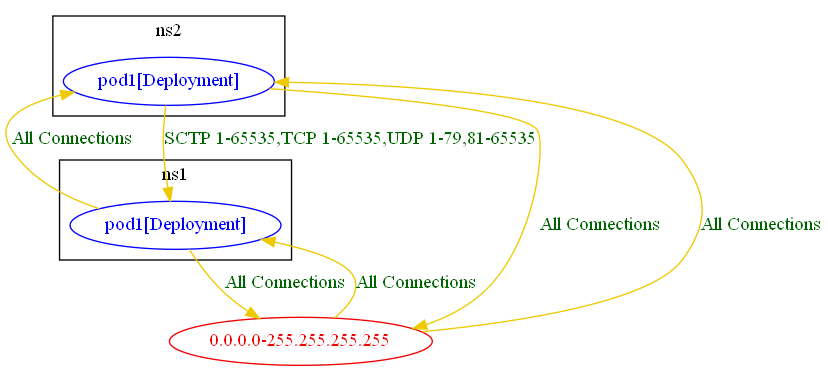
Above: test_outputs/connlist/anp_with_banp_pass_test_connlist_output.dot.png in np-guard/netpol-analyzer (Graphviz), before the change. Its source is kept beside it as test_outputs/connlist/anp_with_banp_pass_test_connlist_output.dot.
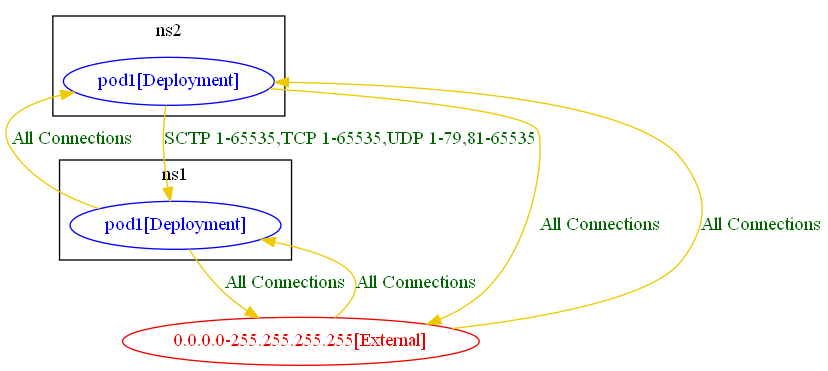
After the commit.

What changed in the source:
```diff
@@ -11,11 +11,11 @@
 		"ns2/pod1[Deployment]" [label="pod1[Deployment]" color="blue" fontcolor="blue"]
 		label="ns2"
 	}
-	"0.0.0.0-255.255.255.255" [label="0.0.0.0-255.255.255.255" color="red2" fontcolor="red2"]
-	"0.0.0.0-255.255.255.255" -> "ns1/pod1[Deployment]" [label="All Connections" color="gold2" fontcolor="darkgreen" weight=0.5]
-	"0.0.0.0-255.255.255.255" -> "ns2/pod1[Deployment]" [label="All Connections" color="gold2" fontcolor="darkgreen" weight=0.5]
-	"ns1/pod1[Deployment]" -> "0.0.0.0-255.255.255.255" [label="All Connections" color="gold2" fontcolor="darkgreen" weight=1]
+	"0.0.0.0-255.255.255.255[External]" [label="0.0.0.0-255.255.255.255[External]" color="red2" fontcolor="red2"]
+	"0.0.0.0-255.255.255.255[External]" -> "ns1/pod1[Deployment]" [label="All Connections" color="gold2" fontcolor="darkgreen" weight=0.5]
+	"0.0.0.0-255.255.255.255[External]" -> "ns2/pod1[Deployment]" [label="All Connections" color="gold2" fontcolor="darkgreen" weight=0.5]
+	"ns1/pod1[Deployment]" -> "0.0.0.0-255.255.255.255[External]" [label="All Connections" color="gold2" fontcolor="darkgreen" weight=1]
 	"ns1/pod1[Deployment]" -> "ns2/pod1[Deployment]" [label="All Connections" color="gold2" fontcolor="darkgreen" weight=0.5]
-	"ns2/pod1[Deployment]" -> "0.0.0.0-255.255.255.255" [label="All Connections" color="gold2" fontcolor="darkgreen" weight=1]
+	"ns2/pod1[Deployment]" -> "0.0.0.0-255.255.255.255[External]" [label="All Connections" color="gold2" fontcolor="darkgreen" weight=1]
 	"ns2/pod1[Deployment]" -> "ns1/pod1[Deployment]" [label="SCTP 1-65535,TCP 1-65535,UDP 1-79,81-65535" color="gold2" fontcolor="darkgreen" weight=1]
 }
```
